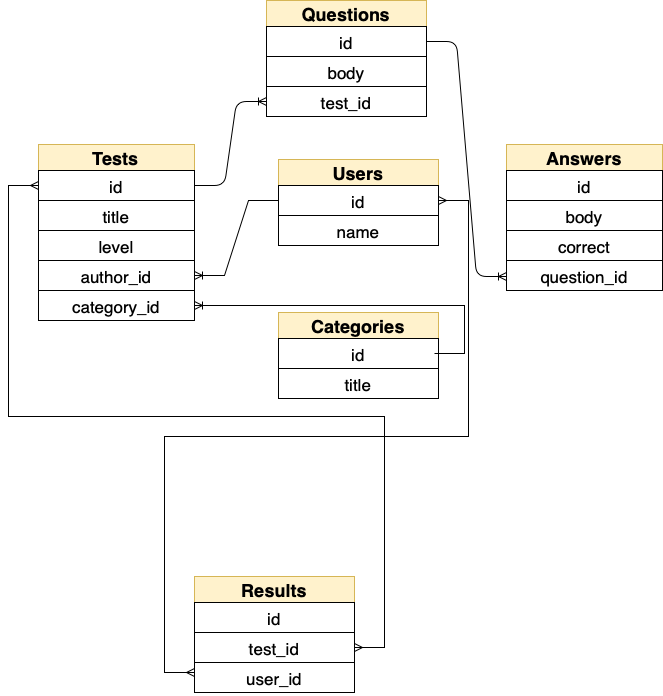
Earlier version of the draw.io export TestGuru.drawio-2.png (EvilJadeon/TestGuru). Source tidied: cells renumbered, new cells last; positions are measured from the earlier drawing's top-left corner, leaving out a move shared by most shapes. The source it was exported from:
```xml
<mxGraphModel background="#FFFFFF">
  <root>
    <mxCell id="0" />
    <mxCell id="1" parent="0" />
    <mxCell id="2" value="Categories" style="swimlane;fontStyle=1;horizontal=1;startSize=26;align=center;fontSize=18;rounded=0;labelBackgroundColor=none;sketch=0;fontFamily=Helvetica;strokeColor=#d6b656;fillColor=#fff2cc;fontColor=default;" parent="1" vertex="1">
      <mxGeometry x="240" y="312" width="160" height="86" as="geometry" />
    </mxCell>
    <mxCell id="3" value="id" style="text;strokeColor=default;fillColor=none;spacingLeft=4;spacingRight=4;overflow=hidden;points=[[0,0.5],[1,0.5]];portConstraint=eastwest;fontSize=17;rounded=0;labelBackgroundColor=none;sketch=0;fontFamily=Helvetica;fontColor=default;align=center;" parent="2" vertex="1">
      <mxGeometry y="26" width="160" height="30" as="geometry" />
    </mxCell>
    <mxCell id="4" value="title" style="text;strokeColor=default;fillColor=none;spacingLeft=4;spacingRight=4;overflow=hidden;fontSize=17;rounded=0;labelBackgroundColor=none;sketch=0;fontFamily=Helvetica;fontColor=default;align=center;" parent="2" vertex="1">
      <mxGeometry y="56" width="160" height="30" as="geometry" />
    </mxCell>
    <mxCell id="5" value="Tests" style="swimlane;fontStyle=1;horizontal=1;startSize=26;align=center;fontSize=18;rounded=0;labelBackgroundColor=none;sketch=0;fontFamily=Helvetica;strokeColor=#d6b656;fillColor=#fff2cc;fontColor=default;" parent="1" vertex="1">
      <mxGeometry y="144" width="156" height="116" as="geometry" />
    </mxCell>
    <mxCell id="6" value="id" style="text;strokeColor=default;fillColor=none;spacingLeft=4;spacingRight=4;overflow=hidden;points=[[0,0.5],[1,0.5]];portConstraint=eastwest;fontSize=17;rounded=0;labelBackgroundColor=none;sketch=0;fontFamily=Helvetica;fontColor=default;align=center;" parent="5" vertex="1">
      <mxGeometry y="26" width="156" height="30" as="geometry" />
    </mxCell>
    <mxCell id="7" value="title" style="text;strokeColor=default;fillColor=none;spacingLeft=4;spacingRight=4;overflow=hidden;fontSize=17;rounded=0;labelBackgroundColor=none;sketch=0;fontFamily=Helvetica;fontColor=default;align=center;" parent="5" vertex="1">
      <mxGeometry y="56" width="156" height="30" as="geometry" />
    </mxCell>
    <mxCell id="8" value="level" style="text;strokeColor=default;fillColor=none;spacingLeft=4;spacingRight=4;overflow=hidden;fontSize=17;rounded=0;labelBackgroundColor=none;sketch=0;fontFamily=Helvetica;fontColor=default;align=center;" parent="5" vertex="1">
      <mxGeometry y="86" width="156" height="30" as="geometry" />
    </mxCell>
    <mxCell id="9" value="category_id" style="text;strokeColor=default;fillColor=none;spacingLeft=4;spacingRight=4;overflow=hidden;points=[[0,0.5],[1,0.5]];portConstraint=eastwest;fontSize=17;rounded=0;labelBackgroundColor=none;sketch=0;fontFamily=Helvetica;fontColor=default;align=center;" parent="1" vertex="1">
      <mxGeometry y="290" width="156" height="30" as="geometry" />
    </mxCell>
    <mxCell id="10" value="author_id" style="text;strokeColor=default;fillColor=none;spacingLeft=4;spacingRight=4;overflow=hidden;points=[[0,0.5],[1,0.5]];portConstraint=eastwest;fontSize=17;rounded=0;labelBackgroundColor=none;sketch=0;fontFamily=Helvetica;fontColor=default;align=center;" parent="1" vertex="1">
      <mxGeometry y="260" width="156" height="30" as="geometry" />
    </mxCell>
    <mxCell id="11" value="Questions" style="swimlane;fontStyle=1;horizontal=1;startSize=26;align=center;fontSize=18;rounded=0;labelBackgroundColor=none;sketch=0;fontFamily=Helvetica;strokeColor=#d6b656;fillColor=#fff2cc;fontColor=default;" parent="1" vertex="1">
      <mxGeometry x="228" width="160" height="116" as="geometry" />
    </mxCell>
    <mxCell id="12" value="id" style="text;strokeColor=default;fillColor=none;spacingLeft=4;spacingRight=4;overflow=hidden;points=[[0,0.5],[1,0.5]];portConstraint=eastwest;fontSize=17;rounded=0;labelBackgroundColor=none;sketch=0;fontFamily=Helvetica;fontColor=default;align=center;" parent="11" vertex="1">
      <mxGeometry y="26" width="160" height="30" as="geometry" />
    </mxCell>
    <mxCell id="13" value="body" style="text;strokeColor=default;fillColor=none;spacingLeft=4;spacingRight=4;overflow=hidden;fontSize=17;rounded=0;labelBackgroundColor=none;sketch=0;fontFamily=Helvetica;fontColor=default;align=center;" parent="11" vertex="1">
      <mxGeometry y="56" width="160" height="30" as="geometry" />
    </mxCell>
    <mxCell id="14" value="test_id" style="text;strokeColor=default;fillColor=none;spacingLeft=4;spacingRight=4;overflow=hidden;points=[[0,0.5],[1,0.5]];portConstraint=eastwest;fontSize=17;rounded=0;labelBackgroundColor=none;sketch=0;fontFamily=Helvetica;fontColor=default;align=center;" parent="11" vertex="1">
      <mxGeometry y="86" width="160" height="30" as="geometry" />
    </mxCell>
    <mxCell id="15" value="Answers" style="swimlane;fontStyle=1;horizontal=1;startSize=26;align=center;fontSize=18;rounded=0;labelBackgroundColor=none;sketch=0;fontFamily=Helvetica;strokeColor=#d6b656;fillColor=#fff2cc;fontColor=default;" parent="1" vertex="1">
      <mxGeometry x="468" y="144" width="156" height="116" as="geometry" />
    </mxCell>
    <mxCell id="16" value="id" style="text;strokeColor=default;fillColor=none;spacingLeft=4;spacingRight=4;overflow=hidden;fontSize=17;rounded=0;labelBackgroundColor=none;sketch=0;fontFamily=Helvetica;fontColor=default;align=center;" parent="15" vertex="1">
      <mxGeometry y="26" width="156" height="30" as="geometry" />
    </mxCell>
    <mxCell id="17" value="body" style="text;strokeColor=default;fillColor=none;spacingLeft=4;spacingRight=4;overflow=hidden;fontSize=17;rounded=0;labelBackgroundColor=none;sketch=0;fontFamily=Helvetica;fontColor=default;align=center;" parent="15" vertex="1">
      <mxGeometry y="56" width="156" height="30" as="geometry" />
    </mxCell>
    <mxCell id="18" value="correct" style="text;strokeColor=default;fillColor=none;spacingLeft=4;spacingRight=4;overflow=hidden;fontSize=17;rounded=0;labelBackgroundColor=none;sketch=0;fontFamily=Helvetica;fontColor=default;align=center;" parent="15" vertex="1">
      <mxGeometry y="86" width="156" height="30" as="geometry" />
    </mxCell>
    <mxCell id="19" value="question_id" style="text;strokeColor=default;fillColor=none;spacingLeft=4;spacingRight=4;overflow=hidden;points=[[0,0.5],[1,0.5]];portConstraint=eastwest;fontSize=17;rounded=0;labelBackgroundColor=none;sketch=0;fontFamily=Helvetica;fontColor=default;align=center;" parent="1" vertex="1">
      <mxGeometry x="468" y="260" width="156" height="30" as="geometry" />
    </mxCell>
    <mxCell id="20" value="Users" style="swimlane;fontStyle=1;horizontal=1;startSize=26;align=center;fontSize=18;rounded=0;labelBackgroundColor=none;sketch=0;fontFamily=Helvetica;strokeColor=#d6b656;fillColor=#fff2cc;fontColor=default;" parent="1" vertex="1">
      <mxGeometry x="240" y="159" width="160" height="86" as="geometry" />
    </mxCell>
    <mxCell id="21" value="id" style="text;strokeColor=default;fillColor=none;spacingLeft=4;spacingRight=4;overflow=hidden;points=[[0,0.5],[1,0.5]];portConstraint=eastwest;fontSize=17;rounded=0;labelBackgroundColor=none;sketch=0;fontFamily=Helvetica;fontColor=default;align=center;" parent="20" vertex="1">
      <mxGeometry y="26" width="160" height="30" as="geometry" />
    </mxCell>
    <mxCell id="22" value="name" style="text;strokeColor=default;fillColor=none;spacingLeft=4;spacingRight=4;overflow=hidden;fontSize=17;rounded=0;labelBackgroundColor=none;sketch=0;fontFamily=Helvetica;fontColor=default;align=center;" parent="20" vertex="1">
      <mxGeometry y="56" width="160" height="30" as="geometry" />
    </mxCell>
    <mxCell id="23" style="edgeStyle=entityRelationEdgeStyle;fontSize=12;html=1;endArrow=ERmany;startArrow=ERmany;rounded=0;labelBackgroundColor=default;fontColor=default;strokeColor=default;exitX=1;exitY=0.5;exitDx=0;exitDy=0;" parent="20" edge="1" source="21">
      <mxGeometry relative="1" as="geometry">
        <mxPoint x="-84" y="513" as="targetPoint" />
      </mxGeometry>
    </mxCell>
    <mxCell id="24" value="Results" style="swimlane;fontStyle=1;horizontal=1;startSize=26;align=center;fontSize=18;rounded=0;labelBackgroundColor=none;sketch=0;fontFamily=Helvetica;strokeColor=#d6b656;fillColor=#fff2cc;fontColor=default;" parent="1" vertex="1">
      <mxGeometry x="156" y="576" width="160" height="116" as="geometry" />
    </mxCell>
    <mxCell id="25" value="id" style="text;strokeColor=default;fillColor=none;spacingLeft=4;spacingRight=4;overflow=hidden;fontSize=17;rounded=0;labelBackgroundColor=none;sketch=0;fontFamily=Helvetica;fontColor=default;align=center;" parent="24" vertex="1">
      <mxGeometry y="26" width="160" height="30" as="geometry" />
    </mxCell>
    <mxCell id="26" value="test_id" style="text;strokeColor=default;fillColor=none;spacingLeft=4;spacingRight=4;overflow=hidden;points=[[0,0.5],[1,0.5]];portConstraint=eastwest;fontSize=17;rounded=0;labelBackgroundColor=none;sketch=0;fontFamily=Helvetica;fontColor=default;align=center;" parent="24" vertex="1">
      <mxGeometry y="56" width="160" height="30" as="geometry" />
    </mxCell>
    <mxCell id="27" value="user_id" style="text;strokeColor=default;fillColor=none;spacingLeft=4;spacingRight=4;overflow=hidden;points=[[0,0.5],[1,0.5]];portConstraint=eastwest;fontSize=17;rounded=0;labelBackgroundColor=none;sketch=0;fontFamily=Helvetica;fontColor=default;align=center;" parent="24" vertex="1">
      <mxGeometry y="86" width="160" height="30" as="geometry" />
    </mxCell>
    <mxCell id="28" style="edgeStyle=entityRelationEdgeStyle;fontSize=12;html=1;endArrow=ERoneToMany;rounded=1;labelBackgroundColor=default;sketch=0;fontFamily=Helvetica;fontColor=default;strokeColor=default;align=center;exitX=1;exitY=0.5;exitDx=0;exitDy=0;" parent="1" edge="1" source="12">
      <mxGeometry relative="1" as="geometry">
        <mxPoint x="468" y="276" as="targetPoint" />
      </mxGeometry>
    </mxCell>
    <mxCell id="29" style="edgeStyle=entityRelationEdgeStyle;fontSize=12;html=1;endArrow=ERoneToMany;rounded=1;labelBackgroundColor=default;sketch=0;fontFamily=Helvetica;fontColor=default;strokeColor=default;align=center;verticalAlign=middle;elbow=vertical;entryX=0;entryY=0.5;entryDx=0;entryDy=0;exitX=1;exitY=0.5;exitDx=0;exitDy=0;" parent="1" edge="1" source="6" target="14">
      <mxGeometry relative="1" as="geometry" />
    </mxCell>
    <mxCell id="30" style="edgeStyle=entityRelationEdgeStyle;fontSize=12;html=1;endArrow=ERoneToMany;rounded=0;labelBackgroundColor=default;fontColor=default;strokeColor=default;exitX=0;exitY=0.5;exitDx=0;exitDy=0;entryX=1;entryY=0.5;entryDx=0;entryDy=0;" parent="1" edge="1" source="21" target="10">
      <mxGeometry relative="1" as="geometry" />
    </mxCell>
    <mxCell id="31" style="edgeStyle=entityRelationEdgeStyle;fontSize=12;html=1;endArrow=ERmany;startArrow=ERmany;rounded=0;labelBackgroundColor=default;fontColor=default;strokeColor=default;exitX=1;exitY=0.5;exitDx=0;exitDy=0;" parent="1" edge="1" source="26">
      <mxGeometry relative="1" as="geometry">
        <mxPoint y="185" as="targetPoint" />
      </mxGeometry>
    </mxCell>
    <mxCell id="32" style="edgeStyle=entityRelationEdgeStyle;fontSize=12;html=1;endArrow=ERoneToMany;rounded=0;entryX=1;entryY=0.5;entryDx=0;entryDy=0;" parent="1" edge="1" target="9">
      <mxGeometry relative="1" as="geometry">
        <mxPoint x="396" y="353" as="sourcePoint" />
      </mxGeometry>
    </mxCell>
  </root>
</mxGraphModel>
```
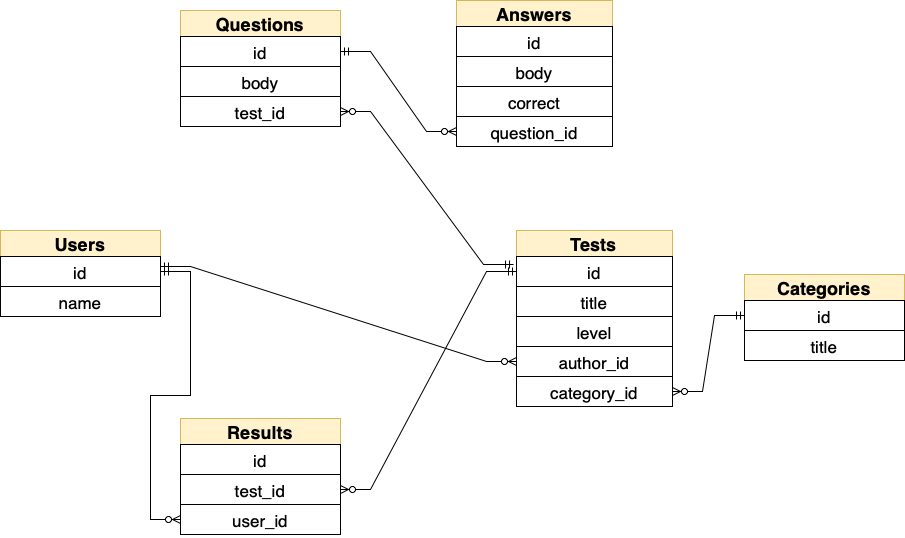
Above is the later version.

Change to the diagram source:
```diff
@@ -3,7 +3,7 @@
     <mxCell id="0" />
     <mxCell id="1" parent="0" />
     <mxCell id="2" value="Categories" style="swimlane;fontStyle=1;horizontal=1;startSize=26;align=center;fontSize=18;rounded=0;labelBackgroundColor=none;sketch=0;fontFamily=Helvetica;strokeColor=#d6b656;fillColor=#fff2cc;fontColor=default;" parent="1" vertex="1">
-      <mxGeometry x="240" y="312" width="160" height="86" as="geometry" />
+      <mxGeometry x="720" y="432" width="160" height="86" as="geometry" />
     </mxCell>
     <mxCell id="3" value="id" style="text;strokeColor=default;fillColor=none;spacingLeft=4;spacingRight=4;overflow=hidden;points=[[0,0.5],[1,0.5]];portConstraint=eastwest;fontSize=17;rounded=0;labelBackgroundColor=none;sketch=0;fontFamily=Helvetica;fontColor=default;align=center;" parent="2" vertex="1">
       <mxGeometry y="26" width="160" height="30" as="geometry" />
@@ -12,7 +12,7 @@
       <mxGeometry y="56" width="160" height="30" as="geometry" />
     </mxCell>
     <mxCell id="5" value="Tests" style="swimlane;fontStyle=1;horizontal=1;startSize=26;align=center;fontSize=18;rounded=0;labelBackgroundColor=none;sketch=0;fontFamily=Helvetica;strokeColor=#d6b656;fillColor=#fff2cc;fontColor=default;" parent="1" vertex="1">
-      <mxGeometry y="144" width="156" height="116" as="geometry" />
+      <mxGeometry x="492" y="388" width="156" height="116" as="geometry" />
     </mxCell>
     <mxCell id="6" value="id" style="text;strokeColor=default;fillColor=none;spacingLeft=4;spacingRight=4;overflow=hidden;points=[[0,0.5],[1,0.5]];portConstraint=eastwest;fontSize=17;rounded=0;labelBackgroundColor=none;sketch=0;fontFamily=Helvetica;fontColor=default;align=center;" parent="5" vertex="1">
       <mxGeometry y="26" width="156" height="30" as="geometry" />
@@ -24,13 +24,13 @@
       <mxGeometry y="86" width="156" height="30" as="geometry" />
     </mxCell>
     <mxCell id="9" value="category_id" style="text;strokeColor=default;fillColor=none;spacingLeft=4;spacingRight=4;overflow=hidden;points=[[0,0.5],[1,0.5]];portConstraint=eastwest;fontSize=17;rounded=0;labelBackgroundColor=none;sketch=0;fontFamily=Helvetica;fontColor=default;align=center;" parent="1" vertex="1">
-      <mxGeometry y="290" width="156" height="30" as="geometry" />
+      <mxGeometry x="492" y="534" width="156" height="30" as="geometry" />
     </mxCell>
     <mxCell id="10" value="author_id" style="text;strokeColor=default;fillColor=none;spacingLeft=4;spacingRight=4;overflow=hidden;points=[[0,0.5],[1,0.5]];portConstraint=eastwest;fontSize=17;rounded=0;labelBackgroundColor=none;sketch=0;fontFamily=Helvetica;fontColor=default;align=center;" parent="1" vertex="1">
-      <mxGeometry y="260" width="156" height="30" as="geometry" />
+      <mxGeometry x="492" y="504" width="156" height="30" as="geometry" />
     </mxCell>
     <mxCell id="11" value="Questions" style="swimlane;fontStyle=1;horizontal=1;startSize=26;align=center;fontSize=18;rounded=0;labelBackgroundColor=none;sketch=0;fontFamily=Helvetica;strokeColor=#d6b656;fillColor=#fff2cc;fontColor=default;" parent="1" vertex="1">
-      <mxGeometry x="228" width="160" height="116" as="geometry" />
+      <mxGeometry x="156" y="168" width="160" height="116" as="geometry" />
     </mxCell>
     <mxCell id="12" value="id" style="text;strokeColor=default;fillColor=none;spacingLeft=4;spacingRight=4;overflow=hidden;points=[[0,0.5],[1,0.5]];portConstraint=eastwest;fontSize=17;rounded=0;labelBackgroundColor=none;sketch=0;fontFamily=Helvetica;fontColor=default;align=center;" parent="11" vertex="1">
       <mxGeometry y="26" width="160" height="30" as="geometry" />
@@ -42,7 +42,7 @@
       <mxGeometry y="86" width="160" height="30" as="geometry" />
     </mxCell>
     <mxCell id="15" value="Answers" style="swimlane;fontStyle=1;horizontal=1;startSize=26;align=center;fontSize=18;rounded=0;labelBackgroundColor=none;sketch=0;fontFamily=Helvetica;strokeColor=#d6b656;fillColor=#fff2cc;fontColor=default;" parent="1" vertex="1">
-      <mxGeometry x="468" y="144" width="156" height="116" as="geometry" />
+      <mxGeometry x="432" y="158" width="156" height="116" as="geometry" />
     </mxCell>
     <mxCell id="16" value="id" style="text;strokeColor=default;fillColor=none;spacingLeft=4;spacingRight=4;overflow=hidden;fontSize=17;rounded=0;labelBackgroundColor=none;sketch=0;fontFamily=Helvetica;fontColor=default;align=center;" parent="15" vertex="1">
       <mxGeometry y="26" width="156" height="30" as="geometry" />
@@ -54,10 +54,10 @@
       <mxGeometry y="86" width="156" height="30" as="geometry" />
     </mxCell>
     <mxCell id="19" value="question_id" style="text;strokeColor=default;fillColor=none;spacingLeft=4;spacingRight=4;overflow=hidden;points=[[0,0.5],[1,0.5]];portConstraint=eastwest;fontSize=17;rounded=0;labelBackgroundColor=none;sketch=0;fontFamily=Helvetica;fontColor=default;align=center;" parent="1" vertex="1">
-      <mxGeometry x="468" y="260" width="156" height="30" as="geometry" />
+      <mxGeometry x="432" y="274" width="156" height="30" as="geometry" />
     </mxCell>
     <mxCell id="20" value="Users" style="swimlane;fontStyle=1;horizontal=1;startSize=26;align=center;fontSize=18;rounded=0;labelBackgroundColor=none;sketch=0;fontFamily=Helvetica;strokeColor=#d6b656;fillColor=#fff2cc;fontColor=default;" parent="1" vertex="1">
-      <mxGeometry x="240" y="159" width="160" height="86" as="geometry" />
+      <mxGeometry x="-24" y="388" width="160" height="86" as="geometry" />
     </mxCell>
     <mxCell id="21" value="id" style="text;strokeColor=default;fillColor=none;spacingLeft=4;spacingRight=4;overflow=hidden;points=[[0,0.5],[1,0.5]];portConstraint=eastwest;fontSize=17;rounded=0;labelBackgroundColor=none;sketch=0;fontFamily=Helvetica;fontColor=default;align=center;" parent="20" vertex="1">
       <mxGeometry y="26" width="160" height="30" as="geometry" />
@@ -65,11 +65,6 @@
     <mxCell id="22" value="name" style="text;strokeColor=default;fillColor=none;spacingLeft=4;spacingRight=4;overflow=hidden;fontSize=17;rounded=0;labelBackgroundColor=none;sketch=0;fontFamily=Helvetica;fontColor=default;align=center;" parent="20" vertex="1">
       <mxGeometry y="56" width="160" height="30" as="geometry" />
     </mxCell>
-    <mxCell id="23" style="edgeStyle=entityRelationEdgeStyle;fontSize=12;html=1;endArrow=ERmany;startArrow=ERmany;rounded=0;labelBackgroundColor=default;fontColor=default;strokeColor=default;exitX=1;exitY=0.5;exitDx=0;exitDy=0;" parent="20" edge="1" source="21">
-      <mxGeometry relative="1" as="geometry">
-        <mxPoint x="-84" y="513" as="targetPoint" />
-      </mxGeometry>
-    </mxCell>
     <mxCell id="24" value="Results" style="swimlane;fontStyle=1;horizontal=1;startSize=26;align=center;fontSize=18;rounded=0;labelBackgroundColor=none;sketch=0;fontFamily=Helvetica;strokeColor=#d6b656;fillColor=#fff2cc;fontColor=default;" parent="1" vertex="1">
       <mxGeometry x="156" y="576" width="160" height="116" as="geometry" />
     </mxCell>
@@ -82,26 +77,25 @@
     <mxCell id="27" value="user_id" style="text;strokeColor=default;fillColor=none;spacingLeft=4;spacingRight=4;overflow=hidden;points=[[0,0.5],[1,0.5]];portConstraint=eastwest;fontSize=17;rounded=0;labelBackgroundColor=none;sketch=0;fontFamily=Helvetica;fontColor=default;align=center;" parent="24" vertex="1">
       <mxGeometry y="86" width="160" height="30" as="geometry" />
     </mxCell>
-    <mxCell id="28" style="edgeStyle=entityRelationEdgeStyle;fontSize=12;html=1;endArrow=ERoneToMany;rounded=1;labelBackgroundColor=default;sketch=0;fontFamily=Helvetica;fontColor=default;strokeColor=default;align=center;exitX=1;exitY=0.5;exitDx=0;exitDy=0;" parent="1" edge="1" source="12">
-      <mxGeometry relative="1" as="geometry">
-        <mxPoint x="468" y="276" as="targetPoint" />
-      </mxGeometry>
-    </mxCell>
+    <mxCell id="33" style="edgeStyle=entityRelationEdgeStyle;fontSize=12;html=1;endArrow=ERzeroToMany;startArrow=ERmandOne;rounded=0;exitX=0;exitY=0.5;exitDx=0;exitDy=0;" parent="1" edge="1" source="6" target="26">
+      <mxGeometry relative="1" as="geometry" />
+    </mxCell>
+    <mxCell id="34" style="edgeStyle=entityRelationEdgeStyle;fontSize=12;html=1;endArrow=ERzeroToMany;startArrow=ERmandOne;rounded=0;exitX=1;exitY=0.5;exitDx=0;exitDy=0;entryX=0;entryY=0.5;entryDx=0;entryDy=0;" parent="1" edge="1" source="21" target="27">
+      <mxGeometry relative="1" as="geometry" />
+    </mxCell>
+    <mxCell id="35" style="edgeStyle=entityRelationEdgeStyle;fontSize=12;html=1;endArrow=ERzeroToMany;startArrow=ERmandOne;rounded=0;entryX=1;entryY=0.5;entryDx=0;entryDy=0;exitX=0;exitY=0.5;exitDx=0;exitDy=0;" parent="1" edge="1" source="3" target="9">
+      <mxGeometry relative="1" as="geometry" />
+    </mxCell>
+    <mxCell id="36" style="edgeStyle=entityRelationEdgeStyle;fontSize=12;html=1;endArrow=ERzeroToMany;startArrow=ERmandOne;rounded=0;entryX=0;entryY=0.5;entryDx=0;entryDy=0;" parent="1" edge="1" target="10">
+      <mxGeometry relative="1" as="geometry">
+        <mxPoint x="136" y="424" as="sourcePoint" />
+      </mxGeometry>
+    </mxCell>
-    <mxCell id="29" style="edgeStyle=entityRelationEdgeStyle;fontSize=12;html=1;endArrow=ERoneToMany;rounded=1;labelBackgroundColor=default;sketch=0;fontFamily=Helvetica;fontColor=default;strokeColor=default;align=center;verticalAlign=middle;elbow=vertical;entryX=0;entryY=0.5;entryDx=0;entryDy=0;exitX=1;exitY=0.5;exitDx=0;exitDy=0;" parent="1" edge="1" source="6" target="14">
+    <mxCell id="29" style="edgeStyle=entityRelationEdgeStyle;fontSize=12;html=1;endArrow=ERzeroToMany;startArrow=ERmandOne;rounded=0;exitX=-0.019;exitY=0.267;exitDx=0;exitDy=0;entryX=1;entryY=0.5;entryDx=0;entryDy=0;exitPerimeter=0;" parent="1" edge="1" source="6" target="14">
       <mxGeometry relative="1" as="geometry" />
     </mxCell>
-    <mxCell id="30" style="edgeStyle=entityRelationEdgeStyle;fontSize=12;html=1;endArrow=ERoneToMany;rounded=0;labelBackgroundColor=default;fontColor=default;strokeColor=default;exitX=0;exitY=0.5;exitDx=0;exitDy=0;entryX=1;entryY=0.5;entryDx=0;entryDy=0;" parent="1" edge="1" source="21" target="10">
-      <mxGeometry relative="1" as="geometry" />
-    </mxCell>
-    <mxCell id="31" style="edgeStyle=entityRelationEdgeStyle;fontSize=12;html=1;endArrow=ERmany;startArrow=ERmany;rounded=0;labelBackgroundColor=default;fontColor=default;strokeColor=default;exitX=1;exitY=0.5;exitDx=0;exitDy=0;" parent="1" edge="1" source="26">
-      <mxGeometry relative="1" as="geometry">
-        <mxPoint y="185" as="targetPoint" />
-      </mxGeometry>
-    </mxCell>
-    <mxCell id="32" style="edgeStyle=entityRelationEdgeStyle;fontSize=12;html=1;endArrow=ERoneToMany;rounded=0;entryX=1;entryY=0.5;entryDx=0;entryDy=0;" parent="1" edge="1" target="9">
-      <mxGeometry relative="1" as="geometry">
-        <mxPoint x="396" y="353" as="sourcePoint" />
-      </mxGeometry>
-    </mxCell>
+    <mxCell id="37" style="edgeStyle=entityRelationEdgeStyle;fontSize=12;html=1;endArrow=ERzeroToMany;startArrow=ERmandOne;rounded=0;entryX=0;entryY=0.5;entryDx=0;entryDy=0;exitX=1;exitY=0.5;exitDx=0;exitDy=0;" parent="1" edge="1" source="12" target="19">
+      <mxGeometry relative="1" as="geometry" />
+    </mxCell>
   </root>
 </mxGraphModel>
```
